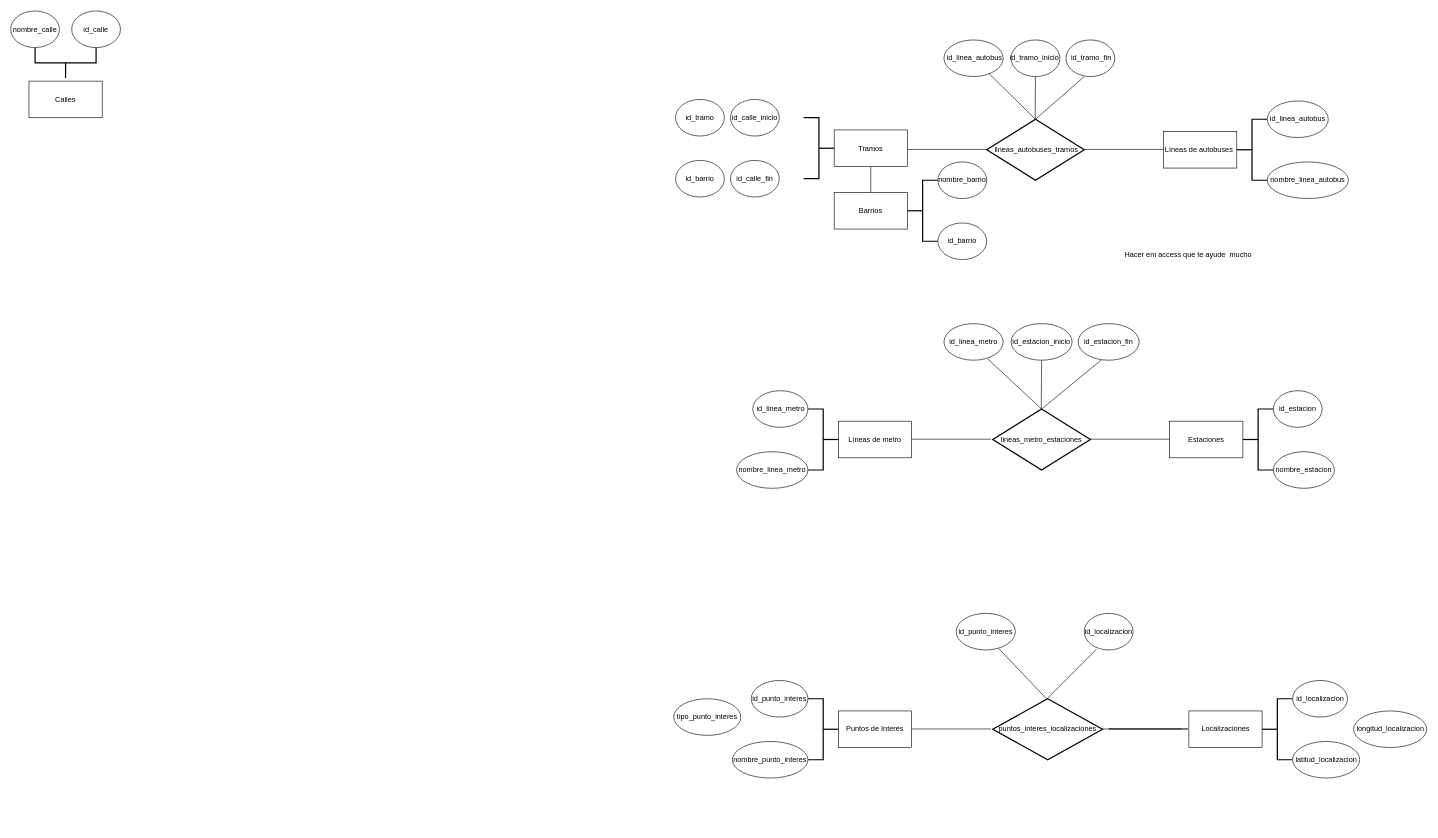
The draw.io diagram Mis_archivos/Trabajo base de datos.drawio in Alexx231/python, before the edit. Source tidied: cells renumbered, new cells numbered last; positions are measured from the earlier drawing's top-left corner, leaving out a move shared by most shapes. Both pictures are drawn from the tidied source at 61%, with x=0, y=0 at pixel (10, 10).
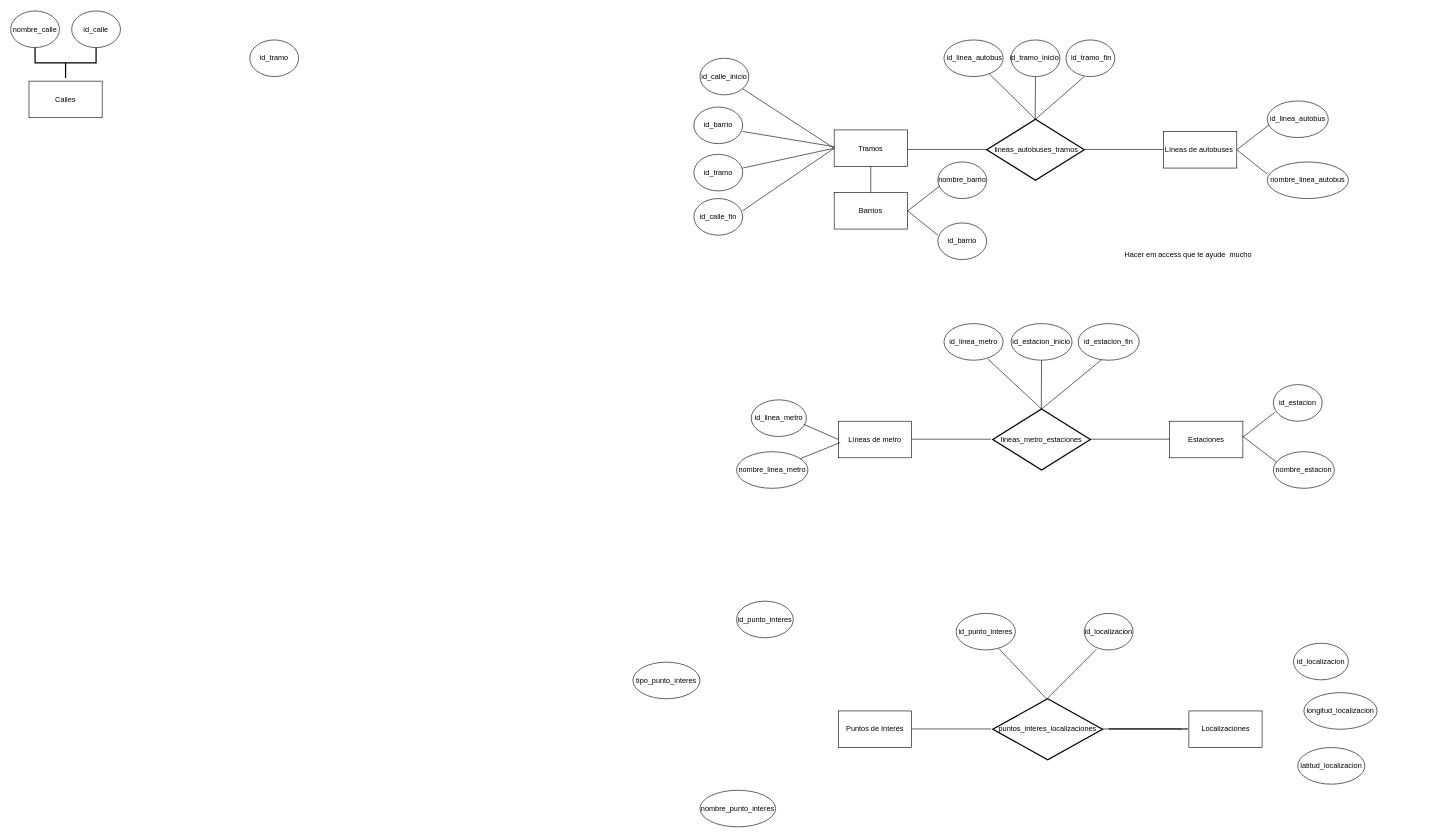
Above is the later version.

Unchanged cells that the change refers to:
```xml
<mxCell id="2" value="Barrios" style="rounded=0;whiteSpace=wrap;html=1;" parent="1" vertex="1">
  <mxGeometry x="1350" y="298" width="120" height="60" as="geometry" />
</mxCell>
<mxCell id="3" value="Tramos" style="rounded=0;whiteSpace=wrap;html=1;" parent="1" vertex="1">
  <mxGeometry x="1350" y="195.5" width="120" height="60" as="geometry" />
</mxCell>
<mxCell id="8" value="Líneas de autobuses&amp;nbsp;" style="rounded=0;whiteSpace=wrap;html=1;" parent="1" vertex="1">
  <mxGeometry x="1890" y="198" width="120" height="60" as="geometry" />
</mxCell>
<mxCell id="22" value="id_linea_autobus" style="ellipse;whiteSpace=wrap;html=1;" parent="1" vertex="1">
  <mxGeometry x="2060" y="148" width="100" height="60" as="geometry" />
</mxCell>
<mxCell id="25" value="nombre_linea_metro" style="ellipse;whiteSpace=wrap;html=1;" parent="1" vertex="1">
  <mxGeometry x="1190" y="723" width="117" height="60" as="geometry" />
</mxCell>
<mxCell id="29" value="nombre_estacion" style="ellipse;whiteSpace=wrap;html=1;" parent="1" vertex="1">
  <mxGeometry x="2070" y="723" width="100" height="60" as="geometry" />
</mxCell>
```

What changed in the source:
```diff
@@
-    <mxCell id="10" style="strokeWidth=2;html=1;shape=mxgraph.flowchart.annotation_2;align=left;labelPosition=right;rotation=-180;" parent="1" vertex="1">
-      <mxGeometry x="1307" y="653" width="50" height="100" as="geometry" />
-    </mxCell>
-    <mxCell id="11" style="strokeWidth=2;html=1;shape=mxgraph.flowchart.annotation_2;align=left;labelPosition=right;" parent="1" vertex="1">
-      <mxGeometry x="2010" y="178" width="50" height="100" as="geometry" />
-    </mxCell>
-    <mxCell id="12" style="strokeWidth=2;html=1;shape=mxgraph.flowchart.annotation_2;align=left;labelPosition=right;rotation=-180;" parent="1" vertex="1">
-      <mxGeometry x="1300" y="175.5" width="50" height="100" as="geometry" />
-    </mxCell>
-    <mxCell id="13" style="strokeWidth=2;html=1;shape=mxgraph.flowchart.annotation_2;align=left;labelPosition=right;" parent="1" vertex="1">
-      <mxGeometry x="1470" y="278" width="50" height="100" as="geometry" />
-    </mxCell>
-    <mxCell id="14" style="strokeWidth=2;html=1;shape=mxgraph.flowchart.annotation_2;align=left;labelPosition=right;" parent="1" vertex="1">
-      <mxGeometry x="2020" y="653" width="50" height="100" as="geometry" />
-    </mxCell>
-    <mxCell id="15" style="strokeWidth=2;html=1;shape=mxgraph.flowchart.annotation_2;align=left;labelPosition=right;rotation=-180;" parent="1" vertex="1">
-      <mxGeometry x="1307" y="1128" width="50" height="100" as="geometry" />
-    </mxCell>
@@
     <mxCell id="20" value="id_calle_inicio" style="ellipse;whiteSpace=wrap;html=1;" parent="1" vertex="1">
-      <mxGeometry x="1180" y="145.5" width="80" height="60" as="geometry" />
+      <mxGeometry x="1130" y="78" width="80" height="60" as="geometry" />
     </mxCell>
     <mxCell id="21" value="id_punto_interes" style="ellipse;whiteSpace=wrap;html=1;" parent="1" vertex="1">
-      <mxGeometry x="1214" y="1098" width="93" height="60" as="geometry" />
+      <mxGeometry x="1190" y="968" width="93" height="60" as="geometry" />
     </mxCell>
@@
     <mxCell id="23" value="nombre_punto_interes" style="ellipse;whiteSpace=wrap;html=1;" parent="1" vertex="1">
-      <mxGeometry x="1183" y="1198" width="124" height="60" as="geometry" />
+      <mxGeometry x="1130" y="1278" width="124" height="60" as="geometry" />
     </mxCell>
-    <mxCell id="24" value="id_calle_fin" style="ellipse;whiteSpace=wrap;html=1;" parent="1" vertex="1">
-      <mxGeometry x="1180" y="245.5" width="80" height="60" as="geometry" />
-    </mxCell>
@@
     <mxCell id="26" value="tipo_punto_interes" style="ellipse;whiteSpace=wrap;html=1;" parent="1" vertex="1">
-      <mxGeometry x="1087" y="1128" width="110" height="60" as="geometry" />
+      <mxGeometry x="1020" y="1068" width="110" height="60" as="geometry" />
     </mxCell>
@@
     <mxCell id="28" value="id_linea_metro" style="ellipse;whiteSpace=wrap;html=1;" parent="1" vertex="1">
-      <mxGeometry x="1216.5" y="623" width="90.5" height="60" as="geometry" />
+      <mxGeometry x="1214" y="638" width="90.5" height="60" as="geometry" />
     </mxCell>
@@
     <mxCell id="30" value="id_estacion" style="ellipse;whiteSpace=wrap;html=1;" parent="1" vertex="1">
-      <mxGeometry x="2070" y="623" width="80" height="60" as="geometry" />
+      <mxGeometry x="2070" y="613" width="80" height="60" as="geometry" />
     </mxCell>
@@
     <mxCell id="32" value="id_barrio" style="ellipse;whiteSpace=wrap;html=1;" parent="1" vertex="1">
-      <mxGeometry x="1090" y="245.5" width="80" height="60" as="geometry" />
+      <mxGeometry x="1120" y="158" width="80" height="60" as="geometry" />
     </mxCell>
     <mxCell id="33" value="id_tramo" style="ellipse;whiteSpace=wrap;html=1;" parent="1" vertex="1">
-      <mxGeometry x="1090" y="145.5" width="80" height="60" as="geometry" />
+      <mxGeometry x="1120" y="235.5" width="80" height="60" as="geometry" />
     </mxCell>
@@
-    <mxCell id="53" style="strokeWidth=2;html=1;shape=mxgraph.flowchart.annotation_2;align=left;labelPosition=right;" parent="1" vertex="1">
-      <mxGeometry x="2051.5" y="1128" width="50" height="100" as="geometry" />
-    </mxCell>
     <mxCell id="54" value="latitud_localizacion" style="ellipse;whiteSpace=wrap;html=1;" parent="1" vertex="1">
-      <mxGeometry x="2101.5" y="1198" width="110" height="60" as="geometry" />
+      <mxGeometry x="2110" y="1208" width="110" height="60" as="geometry" />
     </mxCell>
     <mxCell id="55" value="&amp;nbsp;id_localizacion&amp;nbsp;" style="ellipse;whiteSpace=wrap;html=1;" parent="1" vertex="1">
-      <mxGeometry x="2101.5" y="1098" width="90" height="60" as="geometry" />
+      <mxGeometry x="2103" y="1037" width="90" height="60" as="geometry" />
     </mxCell>
     <mxCell id="56" value="longitud_localizacion" style="ellipse;whiteSpace=wrap;html=1;" parent="1" vertex="1">
-      <mxGeometry x="2201.5" y="1148" width="120" height="60" as="geometry" />
+      <mxGeometry x="2120" y="1118" width="120" height="60" as="geometry" />
     </mxCell>
@@
-    <mxCell id="65" style="endArrow=none;html=1;rounded=0;exitX=0.5;exitY=0;exitDx=0;exitDy=0;exitPerimeter=0;entryX=0.5;entryY=1;entryDx=0;entryDy=0;" parent="1" edge="1" source="2" target="3">
-      <mxGeometry relative="1" as="geometry" />
+    <mxCell id="65" style="endArrow=none;html=1;rounded=0;exitX=0.5;exitY=0;exitDx=0;exitDy=0;exitPerimeter=0;entryX=0.5;entryY=1;entryDx=0;entryDy=0;" parent="1" edge="1" source="2">
+      <mxGeometry relative="1" as="geometry">
+        <mxPoint x="1410" y="255.5" as="targetPoint" />
+      </mxGeometry>
     </mxCell>
@@
+    <mxCell id="67" style="endArrow=none;html=1;rounded=0;entryX=0.027;entryY=0.657;entryDx=0;entryDy=0;entryPerimeter=0;" parent="1" edge="1" target="22">
+      <mxGeometry relative="1" as="geometry">
+        <mxPoint x="2010" y="228" as="sourcePoint" />
+      </mxGeometry>
+    </mxCell>
+    <mxCell id="68" style="endArrow=none;html=1;rounded=0;exitX=1;exitY=0.5;exitDx=0;exitDy=0;" parent="1" edge="1" source="8">
+      <mxGeometry relative="1" as="geometry">
+        <mxPoint x="2060" y="268" as="targetPoint" />
+      </mxGeometry>
+    </mxCell>
+    <mxCell id="69" value="id_tramo" style="ellipse;whiteSpace=wrap;html=1;" parent="1" vertex="1">
+      <mxGeometry x="392" y="48" width="80" height="60" as="geometry" />
+    </mxCell>
+    <mxCell id="70" style="endArrow=none;html=1;rounded=0;" parent="1" edge="1">
+      <mxGeometry relative="1" as="geometry">
+        <mxPoint x="1200" y="198" as="sourcePoint" />
+        <mxPoint x="1350" y="223" as="targetPoint" />
+      </mxGeometry>
+    </mxCell>
+    <mxCell id="24" value="id_calle_fin" style="ellipse;whiteSpace=wrap;html=1;" parent="1" vertex="1">
+      <mxGeometry x="1120" y="308" width="80" height="60" as="geometry" />
+    </mxCell>
+    <mxCell id="71" style="endArrow=none;html=1;rounded=0;" parent="1" edge="1">
+      <mxGeometry relative="1" as="geometry">
+        <mxPoint x="1200" y="258" as="sourcePoint" />
+        <mxPoint x="1350" y="225.5" as="targetPoint" />
+      </mxGeometry>
+    </mxCell>
+    <mxCell id="72" style="endArrow=none;html=1;rounded=0;entryX=0;entryY=0.5;entryDx=0;entryDy=0;" parent="1" edge="1" target="3">
+      <mxGeometry relative="1" as="geometry">
+        <mxPoint x="1200" y="328" as="sourcePoint" />
+      </mxGeometry>
+    </mxCell>
+    <mxCell id="73" style="endArrow=none;html=1;rounded=0;entryX=0;entryY=0.5;entryDx=0;entryDy=0;" parent="1" edge="1" target="3">
+      <mxGeometry relative="1" as="geometry">
+        <mxPoint x="1200" y="128" as="sourcePoint" />
+      </mxGeometry>
+    </mxCell>
+    <mxCell id="74" style="endArrow=none;html=1;rounded=0;entryX=0.027;entryY=0.657;entryDx=0;entryDy=0;entryPerimeter=0;" parent="1" edge="1">
+      <mxGeometry relative="1" as="geometry">
+        <mxPoint x="1470" y="328.6" as="sourcePoint" />
+        <mxPoint x="1523" y="287.6" as="targetPoint" />
+      </mxGeometry>
+    </mxCell>
+    <mxCell id="75" style="endArrow=none;html=1;rounded=0;exitX=1;exitY=0.5;exitDx=0;exitDy=0;" parent="1" edge="1">
+      <mxGeometry relative="1" as="geometry">
+        <mxPoint x="1470" y="328" as="sourcePoint" />
+        <mxPoint x="1520" y="368" as="targetPoint" />
+      </mxGeometry>
+    </mxCell>
+    <mxCell id="76" style="endArrow=none;html=1;rounded=0;entryX=0.027;entryY=0.657;entryDx=0;entryDy=0;entryPerimeter=0;" parent="1" edge="1">
+      <mxGeometry relative="1" as="geometry">
+        <mxPoint x="2020" y="699" as="sourcePoint" />
+        <mxPoint x="2073" y="658" as="targetPoint" />
+      </mxGeometry>
+    </mxCell>
+    <mxCell id="77" style="endArrow=none;html=1;rounded=0;exitX=1;exitY=0.5;exitDx=0;exitDy=0;entryX=0.05;entryY=0.283;entryDx=0;entryDy=0;entryPerimeter=0;" parent="1" edge="1" target="29">
+      <mxGeometry relative="1" as="geometry">
+        <mxPoint x="2020" y="698" as="sourcePoint" />
+      </mxGeometry>
+    </mxCell>
+    <mxCell id="78" style="endArrow=none;html=1;rounded=0;" parent="1" edge="1">
+      <mxGeometry relative="1" as="geometry">
+        <mxPoint x="1300" y="678" as="sourcePoint" />
+        <mxPoint x="1357" y="703" as="targetPoint" />
+      </mxGeometry>
+    </mxCell>
+    <mxCell id="79" style="endArrow=none;html=1;rounded=0;" parent="1" edge="1" source="25">
+      <mxGeometry relative="1" as="geometry">
+        <mxPoint x="1360" y="708" as="targetPoint" />
+      </mxGeometry>
+    </mxCell>
```
